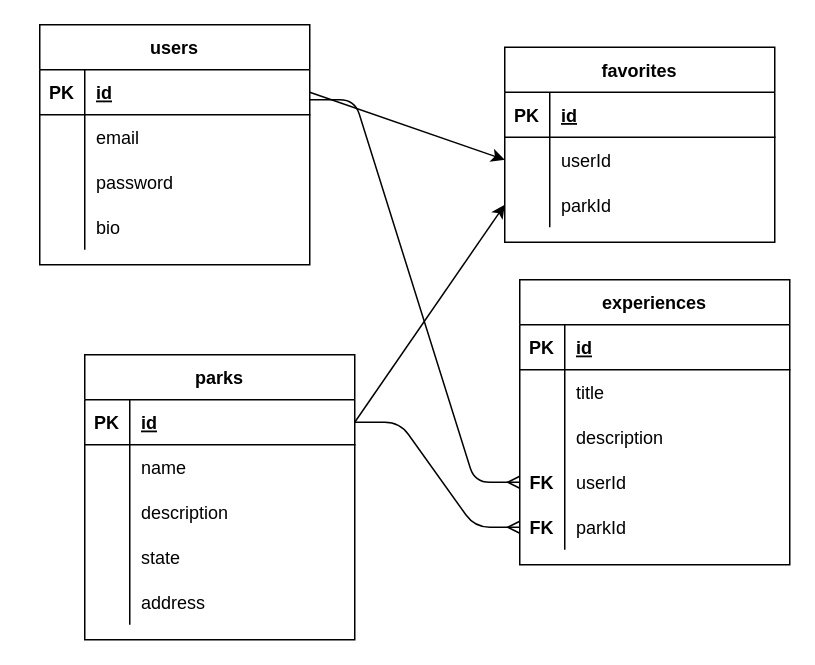
Earlier version of the draw.io diagram ERD.drawio (Shazammon/Project2). Source tidied: cells renumbered, new cells numbered last; positions are measured from the earlier drawing's top-left corner, leaving out a move shared by most shapes. Both pictures are drawn from the tidied source at 150%, with x=0, y=0 at pixel (39, 24).
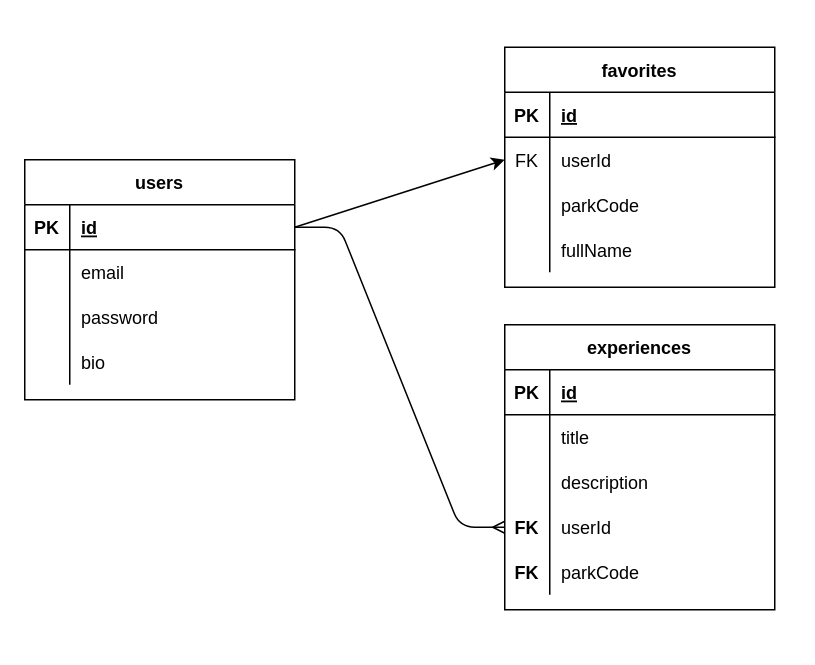
After the change.

The change refers to these unchanged cells:
```xml
<mxCell id="3" style="shape=partialRectangle;fillColor=none;top=0;left=0;bottom=1;right=0;points=[[0,0.5],[1,0.5]];portConstraint=eastwest;" parent="2" vertex="1">
  <mxGeometry y="30" width="180" height="30" as="geometry" />
</mxCell>
<mxCell id="35" style="shape=partialRectangle;fillColor=none;top=0;left=0;bottom=0;right=0;points=[[0,0.5],[1,0.5]];portConstraint=eastwest;" parent="31" vertex="1">
  <mxGeometry y="60" width="180" height="30" as="geometry" />
</mxCell>
<mxCell id="38" style="shape=partialRectangle;fillColor=none;top=0;left=0;bottom=0;right=0;points=[[0,0.5],[1,0.5]];portConstraint=eastwest;" parent="31" vertex="1">
  <mxGeometry y="90" width="180" height="30" as="geometry" />
</mxCell>
<mxCell id="51" style="shape=partialRectangle;fillColor=none;top=0;left=0;bottom=0;right=0;points=[[0,0.5],[1,0.5]];portConstraint=eastwest;" parent="41" vertex="1">
  <mxGeometry y="120" width="180" height="30" as="geometry" />
</mxCell>
<mxCell id="54" style="shape=partialRectangle;fillColor=none;top=0;left=0;bottom=0;right=0;points=[[0,0.5],[1,0.5]];portConstraint=eastwest;" parent="41" vertex="1">
  <mxGeometry y="150" width="180" height="30" as="geometry" />
</mxCell>
```

Change to the diagram source:
```diff
@@
     <mxCell id="2" value="users" style="shape=table;startSize=30;childLayout=tableLayout;rowLines=0;fontStyle=1;align=center;swimlaneFillColor=default;" parent="1" vertex="1">
-      <mxGeometry width="180" height="160" as="geometry" />
+      <mxGeometry x="-10" y="90" width="180" height="160" as="geometry" />
     </mxCell>
@@
-    <mxCell id="15" value="parks" style="shape=table;startSize=30;childLayout=tableLayout;rowLines=0;fontStyle=1;align=center;swimlaneFillColor=default;" parent="1" vertex="1">
-      <mxGeometry x="30" y="220" width="180" height="190" as="geometry" />
-    </mxCell>
-    <mxCell id="16" style="shape=partialRectangle;fillColor=none;top=0;left=0;bottom=1;right=0;points=[[0,0.5],[1,0.5]];portConstraint=eastwest;" parent="15" vertex="1">
-      <mxGeometry y="30" width="180" height="30" as="geometry" />
-    </mxCell>
-    <mxCell id="17" value="PK" style="shape=partialRectangle;fillColor=none;top=0;left=0;bottom=0;right=0;fontStyle=1;overflow=hidden;" parent="16" vertex="1">
-      <mxGeometry width="30" height="30" as="geometry" />
-    </mxCell>
-    <mxCell id="18" value="id" style="shape=partialRectangle;fillColor=none;top=0;left=0;bottom=0;right=0;align=left;spacingLeft=6;fontStyle=5;overflow=hidden;" parent="16" vertex="1">
-      <mxGeometry x="30" width="150" height="30" as="geometry" />
-    </mxCell>
-    <mxCell id="19" style="shape=partialRectangle;fillColor=none;top=0;left=0;bottom=0;right=0;" parent="15" vertex="1">
-      <mxGeometry y="60" width="180" height="30" as="geometry" />
-    </mxCell>
-    <mxCell id="20" style="shape=partialRectangle;fillColor=none;top=0;left=0;bottom=0;right=0;overflow=hidden;" parent="19" vertex="1">
-      <mxGeometry width="30" height="30" as="geometry" />
-    </mxCell>
-    <mxCell id="21" value="name" style="shape=partialRectangle;fillColor=none;top=0;left=0;bottom=0;right=0;align=left;spacingLeft=6;overflow=hidden;" parent="19" vertex="1">
-      <mxGeometry x="30" width="150" height="30" as="geometry" />
-    </mxCell>
-    <mxCell id="22" style="shape=partialRectangle;fillColor=none;top=0;left=0;bottom=0;right=0;" parent="15" vertex="1">
-      <mxGeometry y="90" width="180" height="30" as="geometry" />
-    </mxCell>
-    <mxCell id="23" style="shape=partialRectangle;fillColor=none;top=0;left=0;bottom=0;right=0;overflow=hidden;" parent="22" vertex="1">
-      <mxGeometry width="30" height="30" as="geometry" />
-    </mxCell>
-    <mxCell id="24" value="description" style="shape=partialRectangle;fillColor=none;top=0;left=0;bottom=0;right=0;align=left;spacingLeft=6;overflow=hidden;" parent="22" vertex="1">
-      <mxGeometry x="30" width="150" height="30" as="geometry" />
-    </mxCell>
-    <mxCell id="25" style="shape=partialRectangle;fillColor=none;top=0;left=0;bottom=0;right=0;" parent="15" vertex="1">
-      <mxGeometry y="120" width="180" height="30" as="geometry" />
-    </mxCell>
-    <mxCell id="26" style="shape=partialRectangle;fillColor=none;top=0;left=0;bottom=0;right=0;overflow=hidden;" parent="25" vertex="1">
-      <mxGeometry width="30" height="30" as="geometry" />
-    </mxCell>
-    <mxCell id="27" value="state" style="shape=partialRectangle;fillColor=none;top=0;left=0;bottom=0;right=0;align=left;spacingLeft=6;overflow=hidden;" parent="25" vertex="1">
-      <mxGeometry x="30" width="150" height="30" as="geometry" />
-    </mxCell>
-    <mxCell id="28" style="shape=partialRectangle;fillColor=none;top=0;left=0;bottom=0;right=0;" parent="15" vertex="1">
-      <mxGeometry y="150" width="180" height="30" as="geometry" />
-    </mxCell>
-    <mxCell id="29" style="shape=partialRectangle;fillColor=none;top=0;left=0;bottom=0;right=0;overflow=hidden;" parent="28" vertex="1">
-      <mxGeometry width="30" height="30" as="geometry" />
-    </mxCell>
-    <mxCell id="30" value="address" style="shape=partialRectangle;fillColor=none;top=0;left=0;bottom=0;right=0;align=left;spacingLeft=6;overflow=hidden;" parent="28" vertex="1">
-      <mxGeometry x="30" width="150" height="30" as="geometry" />
-    </mxCell>
     <mxCell id="31" value="favorites" style="shape=table;startSize=30;childLayout=tableLayout;rowLines=0;fontStyle=1;align=center;swimlaneFillColor=default;" parent="1" vertex="1">
-      <mxGeometry x="310" y="15" width="180" height="130" as="geometry" />
+      <mxGeometry x="310" y="15" width="180" height="160" as="geometry" />
     </mxCell>
@@
-    <mxCell id="36" style="shape=partialRectangle;fillColor=none;top=0;left=0;bottom=0;right=0;overflow=hidden;" parent="35" vertex="1">
+    <mxCell id="36" value="FK" style="shape=partialRectangle;fillColor=none;top=0;left=0;bottom=0;right=0;overflow=hidden;" parent="35" vertex="1">
       <mxGeometry width="30" height="30" as="geometry" />
     </mxCell>
@@
-    <mxCell id="40" value="parkId" style="shape=partialRectangle;fillColor=none;top=0;left=0;bottom=0;right=0;align=left;spacingLeft=6;overflow=hidden;" parent="38" vertex="1">
+    <mxCell id="40" value="parkCode" style="shape=partialRectangle;fillColor=none;top=0;left=0;bottom=0;right=0;align=left;spacingLeft=6;overflow=hidden;" parent="38" vertex="1">
       <mxGeometry x="30" width="150" height="30" as="geometry" />
     </mxCell>
+    <mxCell id="25" style="shape=partialRectangle;fillColor=none;top=0;left=0;bottom=0;right=0;" parent="31" vertex="1">
+      <mxGeometry y="120" width="180" height="30" as="geometry" />
+    </mxCell>
+    <mxCell id="61" style="shape=partialRectangle;fillColor=none;top=0;left=0;bottom=0;right=0;overflow=hidden;" parent="25" vertex="1">
+      <mxGeometry width="30" height="30" as="geometry" />
+    </mxCell>
+    <mxCell id="62" value="fullName" style="shape=partialRectangle;fillColor=none;top=0;left=0;bottom=0;right=0;align=left;spacingLeft=6;overflow=hidden;" parent="25" vertex="1">
+      <mxGeometry x="30" width="150" height="30" as="geometry" />
+    </mxCell>
     <mxCell id="41" value="experiences" style="shape=table;startSize=30;childLayout=tableLayout;rowLines=0;fontStyle=1;align=center;swimlaneFillColor=default;" parent="1" vertex="1">
-      <mxGeometry x="320" y="170" width="180" height="190" as="geometry" />
+      <mxGeometry x="310" y="200" width="180" height="190" as="geometry" />
     </mxCell>
@@
-    <mxCell id="56" value="parkId" style="shape=partialRectangle;fillColor=none;top=0;left=0;bottom=0;right=0;align=left;spacingLeft=6;overflow=hidden;" parent="54" vertex="1">
+    <mxCell id="56" value="parkCode" style="shape=partialRectangle;fillColor=none;top=0;left=0;bottom=0;right=0;align=left;spacingLeft=6;overflow=hidden;" parent="54" vertex="1">
       <mxGeometry x="30" width="150" height="30" as="geometry" />
     </mxCell>
-    <mxCell id="57" style="edgeStyle=entityRelationEdgeStyle;fontSize=12;html=1;endArrow=ERmany;endFill=0;entryX=0;entryY=0.5;entryDx=0;entryDy=0;" parent="1" edge="1" target="51">
-      <mxGeometry relative="1" as="geometry">
-        <mxPoint x="180" y="50" as="sourcePoint" />
-      </mxGeometry>
+    <mxCell id="57" style="edgeStyle=entityRelationEdgeStyle;fontSize=12;html=1;endArrow=ERmany;endFill=0;entryX=0;entryY=0.5;entryDx=0;entryDy=0;exitX=1;exitY=0.5;exitDx=0;exitDy=0;" parent="1" edge="1" source="3" target="51">
+      <mxGeometry relative="1" as="geometry" />
     </mxCell>
-    <mxCell id="58" style="edgeStyle=entityRelationEdgeStyle;fontSize=12;html=1;endArrow=ERmany;endFill=0;exitX=1;exitY=0.5;exitDx=0;exitDy=0;entryX=0;entryY=0.5;entryDx=0;entryDy=0;" parent="1" edge="1" source="16" target="54">
-      <mxGeometry relative="1" as="geometry" />
-    </mxCell>
@@
-    <mxCell id="60" style="edgeStyle=none;html=1;exitX=1;exitY=0.5;exitDx=0;exitDy=0;entryX=0;entryY=0.5;entryDx=0;entryDy=0;" parent="1" edge="1" source="16" target="38">
-      <mxGeometry relative="1" as="geometry" />
-    </mxCell>
```
